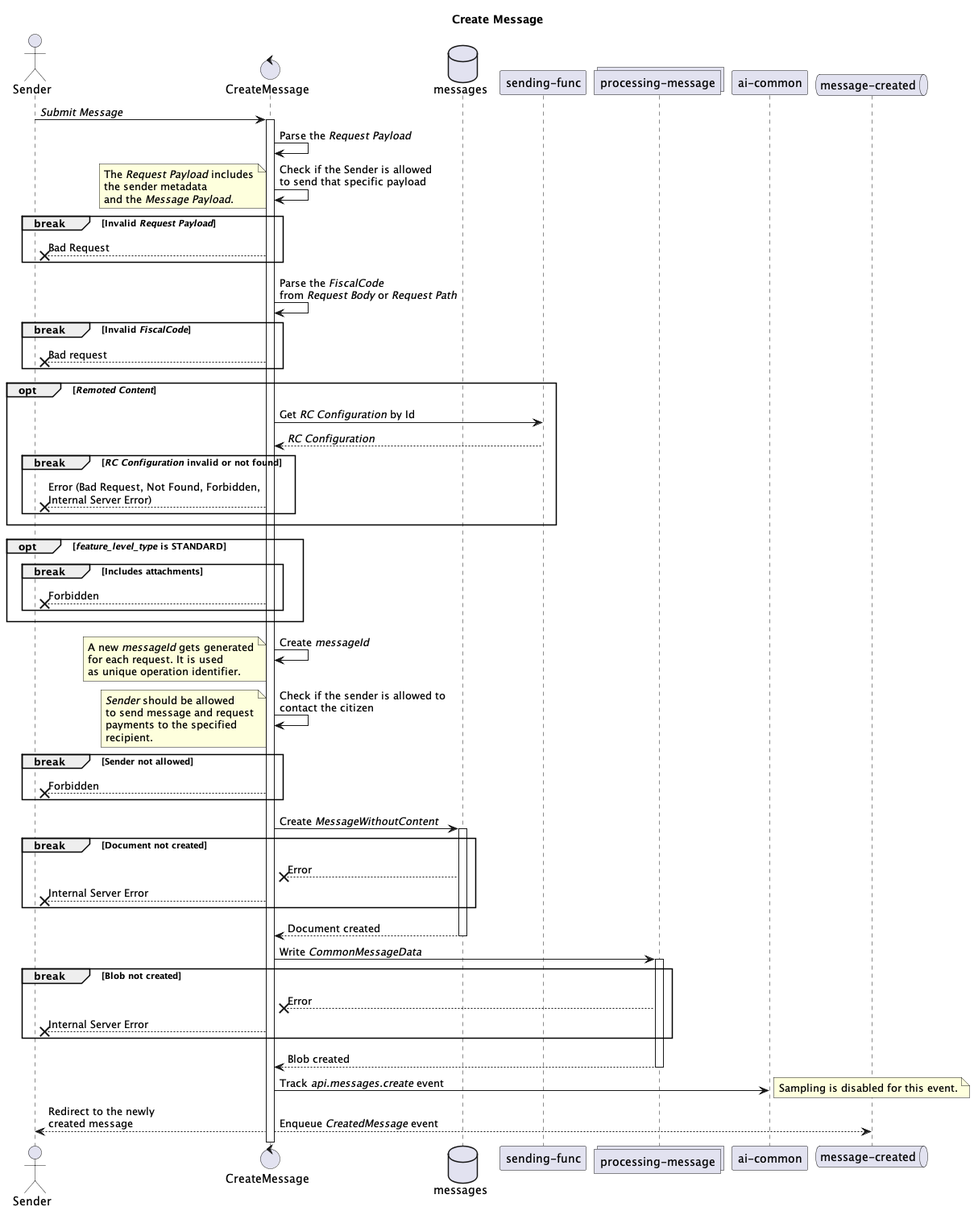
Earlier version of the PlantUML export docs/CreateMessage/create-message.png (pagopa/io-messages). Source of this version:
```plantuml
@startuml create-message
!pragma teoz true

title Create Message

actor sender as "Sender"
control fn as "CreateMessage"
database db as "messages"
participant sendingfn as "sending-func"
collections st as "processing-message"
participant ai as "ai-common"
queue q as "message-created"

sender -> fn ++: //Submit Message//

fn -> fn: Parse the //Request Payload//

fn -> fn: Check if the Sender is allowed\nto send that specific payload

note left
The //Request Payload// includes
the sender metadata
and the //Message Payload//.
end note

break Invalid //Request Payload//
  fn --x sender: Bad Request
end

fn -> fn: Parse the //FiscalCode// \nfrom //Request Body// or //Request Path//

break Invalid //FiscalCode//
  fn --x sender: Bad request
end

opt //Remoted Content//

  fn -> sendingfn: Get //RC Configuration// by Id
  sendingfn --> fn: //RC Configuration//

  break //RC Configuration// invalid or not found
    fn --x sender: Error (Bad Request, Not Found, Forbidden,\nInternal Server Error)
  end
end

opt //feature_level_type// is STANDARD
  break Includes attachments
    fn --x sender: Forbidden
  end
end

fn -> fn: Create //messageId//

note left
A new //messageId// gets generated
for each request. It is used
as unique operation identifier.
end note

fn -> fn: Check if the sender is allowed to\ncontact the citizen

note left
//Sender// should be allowed
to send message and request
payments to the specified
recipient.
end note

break Sender not allowed
  fn --x sender: Forbidden
end

fn -> db ++: Create //MessageWithoutContent//

break Document not created
  db --x fn: Error
  fn --x sender: Internal Server Error
end

db --> fn --: Document created

fn -> st ++: Write //CommonMessageData//

break Blob not created
  st --x fn: Error
  fn --x sender: Internal Server Error
end

st --> fn --: Blob created

fn -> ai: Track //api.messages.create// event

note right: Sampling is disabled for this event.

fn --> sender: Redirect to the newly\ncreated message
& fn --> q --: Enqueue //CreatedMessage// event

@enduml
```
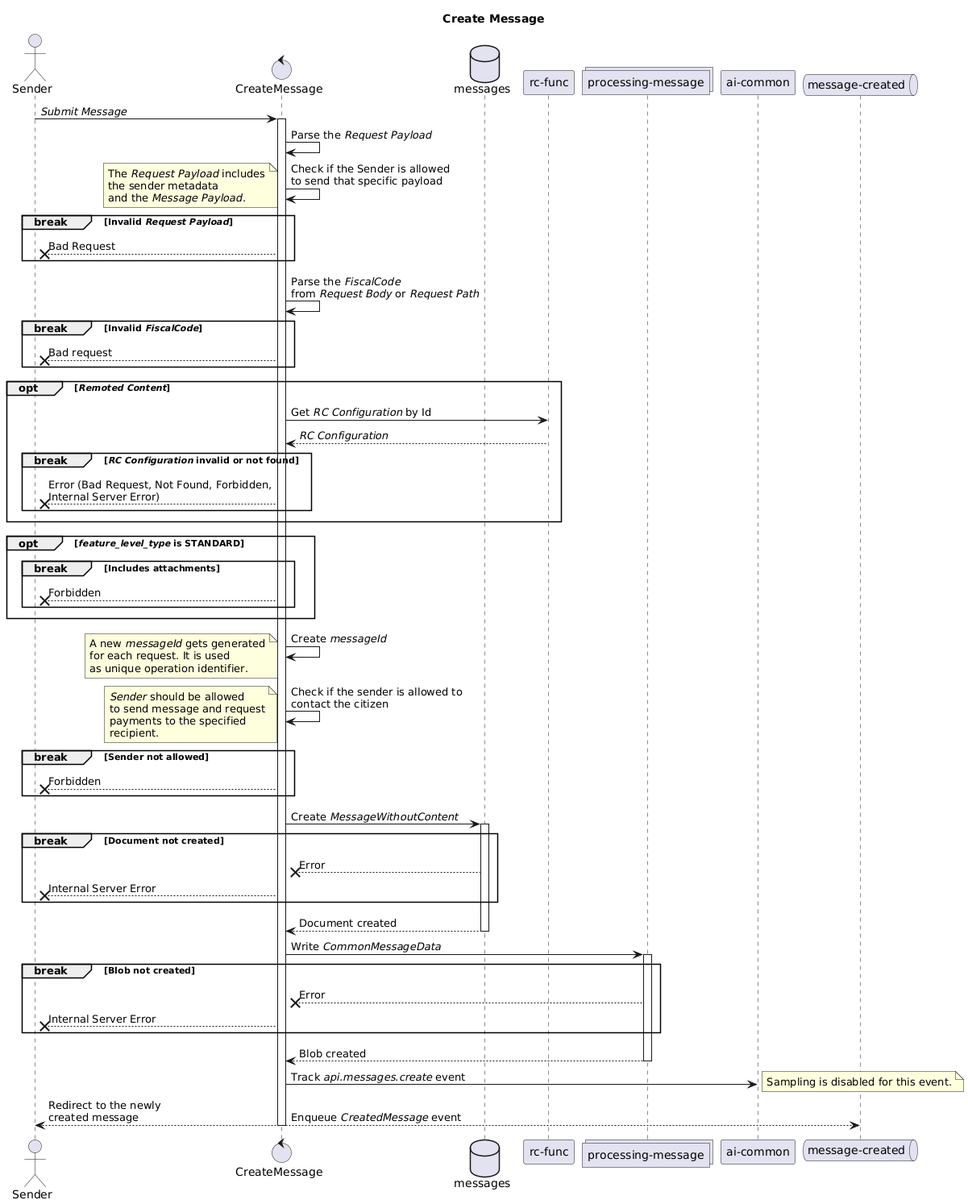
The same file after the commit.

Diff of the diagram source:
```diff
@@ -6,7 +6,7 @@
 actor sender as "Sender"
 control fn as "CreateMessage"
 database db as "messages"
-participant sendingfn as "sending-func"
+participant rcfn as "rc-func"
 collections st as "processing-message"
 participant ai as "ai-common"
 queue q as "message-created"
@@ -35,8 +35,8 @@
 
 opt //Remoted Content//
 
-  fn -> sendingfn: Get //RC Configuration// by Id
-  sendingfn --> fn: //RC Configuration//
+  fn -> rcfn: Get //RC Configuration// by Id
+  rcfn --> fn: //RC Configuration//
 
   break //RC Configuration// invalid or not found
     fn --x sender: Error (Bad Request, Not Found, Forbidden,\nInternal Server Error)
```
